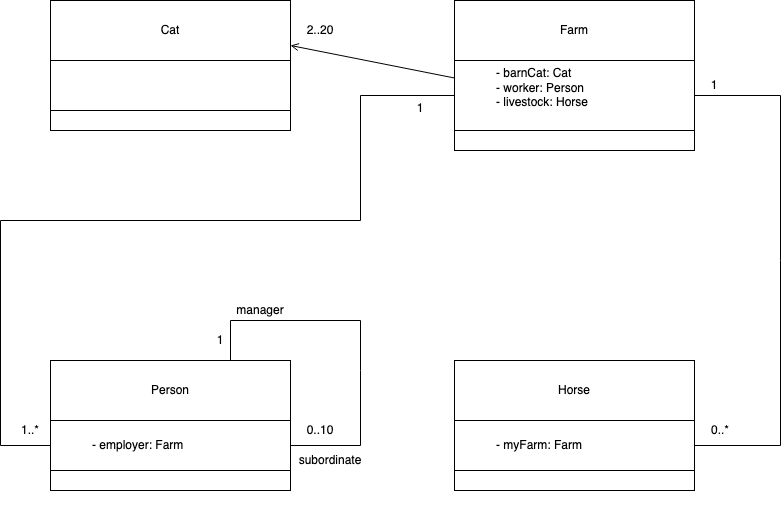
nuhashaikh/ENSF409 keeps this draw.io diagram as Lesson10_UML/01_Association/Farm.png. Above is the earlier version. Source tidied: cells renumbered, new cells last; positions are measured from the earlier drawing's top-left corner, leaving out a move shared by most shapes. Source of this version:
```xml
<mxGraphModel>
  <root>
    <mxCell id="0" />
    <mxCell id="1" parent="0" />
    <mxCell id="2" style="endArrow=none;html=1;exitX=0.75;exitY=0;exitDx=0;exitDy=0;rounded=0;entryX=0.5;entryY=0;entryDx=0;entryDy=0;" parent="1" edge="1" source="3">
      <mxGeometry relative="1" as="geometry">
        <mxPoint x="360" y="370" as="targetPoint" />
        <Array as="points">
          <mxPoint x="230" y="320" />
          <mxPoint x="360" y="320" />
        </Array>
      </mxGeometry>
    </mxCell>
    <mxCell id="3" value="Person" style="rounded=0;whiteSpace=wrap;html=1;" parent="1" vertex="1">
      <mxGeometry x="50" y="360" width="240" height="60" as="geometry" />
    </mxCell>
    <mxCell id="4" value="&lt;blockquote&gt;&lt;div&gt;&lt;br&gt;&lt;/div&gt;&lt;div&gt;&lt;br&gt;&lt;/div&gt;&lt;div&gt;&lt;br&gt;&lt;/div&gt;&lt;/blockquote&gt;" style="rounded=0;whiteSpace=wrap;html=1;align=left;" parent="1" vertex="1">
      <mxGeometry x="50" y="470" width="240" height="20" as="geometry" />
    </mxCell>
    <mxCell id="5" value="&lt;blockquote&gt;- employer: Farm&lt;br&gt;&lt;/blockquote&gt;" style="rounded=0;whiteSpace=wrap;html=1;align=left;" parent="1" vertex="1">
      <mxGeometry x="50" y="420" width="240" height="50" as="geometry" />
    </mxCell>
    <mxCell id="6" style="endArrow=none;html=1;exitX=1;exitY=0.5;exitDx=0;exitDy=0;rounded=0;" parent="1" edge="1" source="5">
      <mxGeometry relative="1" as="geometry">
        <mxPoint x="360" y="370" as="targetPoint" />
        <Array as="points">
          <mxPoint x="360" y="445" />
        </Array>
      </mxGeometry>
    </mxCell>
    <mxCell id="7" value="manager" style="text;html=1;strokeColor=none;fillColor=none;align=center;verticalAlign=middle;whiteSpace=wrap;rounded=0;" parent="1" vertex="1">
      <mxGeometry x="240" y="300" width="40" height="20" as="geometry" />
    </mxCell>
    <mxCell id="8" value="subordinate" style="text;html=1;strokeColor=none;fillColor=none;align=center;verticalAlign=middle;whiteSpace=wrap;rounded=0;" parent="1" vertex="1">
      <mxGeometry x="310" y="450" width="40" height="20" as="geometry" />
    </mxCell>
    <mxCell id="9" value="0..10" style="text;html=1;strokeColor=none;fillColor=none;align=center;verticalAlign=middle;whiteSpace=wrap;rounded=0;" parent="1" vertex="1">
      <mxGeometry x="300" y="420" width="40" height="20" as="geometry" />
    </mxCell>
    <mxCell id="10" value="1" style="text;html=1;strokeColor=none;fillColor=none;align=center;verticalAlign=middle;whiteSpace=wrap;rounded=0;" parent="1" vertex="1">
      <mxGeometry x="200" y="330" width="40" height="20" as="geometry" />
    </mxCell>
    <mxCell id="11" value="Cat" style="rounded=0;whiteSpace=wrap;html=1;" parent="1" vertex="1">
      <mxGeometry x="50" width="240" height="60" as="geometry" />
    </mxCell>
    <mxCell id="12" value="&lt;blockquote&gt;&lt;br&gt;&lt;/blockquote&gt;" style="rounded=0;whiteSpace=wrap;html=1;align=left;" parent="1" vertex="1">
      <mxGeometry x="50" y="60" width="240" height="50" as="geometry" />
    </mxCell>
    <mxCell id="13" value="&lt;blockquote&gt;&lt;div&gt;&lt;br&gt;&lt;/div&gt;&lt;div&gt;&lt;br&gt;&lt;/div&gt;&lt;div&gt;&lt;br&gt;&lt;/div&gt;&lt;/blockquote&gt;" style="rounded=0;whiteSpace=wrap;html=1;align=left;" parent="1" vertex="1">
      <mxGeometry x="50" y="110" width="240" height="20" as="geometry" />
    </mxCell>
    <mxCell id="14" value="Farm" style="rounded=0;whiteSpace=wrap;html=1;" parent="1" vertex="1">
      <mxGeometry x="454" width="240" height="60" as="geometry" />
    </mxCell>
    <mxCell id="15" value="&lt;blockquote&gt;- barnCat: Cat&lt;br&gt;- worker: Person&lt;br&gt;- livestock: Horse&lt;br&gt;&lt;br&gt;&lt;/blockquote&gt;" style="rounded=0;whiteSpace=wrap;html=1;align=left;" parent="1" vertex="1">
      <mxGeometry x="454" y="60" width="240" height="70" as="geometry" />
    </mxCell>
    <mxCell id="16" value="&lt;blockquote&gt;&lt;div&gt;&lt;br&gt;&lt;/div&gt;&lt;div&gt;&lt;br&gt;&lt;/div&gt;&lt;div&gt;&lt;br&gt;&lt;/div&gt;&lt;/blockquote&gt;" style="rounded=0;whiteSpace=wrap;html=1;align=left;" parent="1" vertex="1">
      <mxGeometry x="454" y="130" width="240" height="20" as="geometry" />
    </mxCell>
    <mxCell id="17" value="Horse" style="rounded=0;whiteSpace=wrap;html=1;" parent="1" vertex="1">
      <mxGeometry x="454" y="360" width="240" height="60" as="geometry" />
    </mxCell>
    <mxCell id="18" value="&lt;blockquote&gt;- myFarm: Farm&lt;br&gt;&lt;/blockquote&gt;" style="rounded=0;whiteSpace=wrap;html=1;align=left;" parent="1" vertex="1">
      <mxGeometry x="454" y="420" width="240" height="50" as="geometry" />
    </mxCell>
    <mxCell id="19" value="&lt;blockquote&gt;&lt;div&gt;&lt;br&gt;&lt;/div&gt;&lt;div&gt;&lt;br&gt;&lt;/div&gt;&lt;div&gt;&lt;br&gt;&lt;/div&gt;&lt;/blockquote&gt;" style="rounded=0;whiteSpace=wrap;html=1;align=left;" parent="1" vertex="1">
      <mxGeometry x="454" y="470" width="240" height="20" as="geometry" />
    </mxCell>
    <mxCell id="20" style="endArrow=open;html=1;exitX=0;exitY=0.25;exitDx=0;exitDy=0;entryX=1;entryY=0.75;entryDx=0;entryDy=0;endFill=0;" parent="1" edge="1" source="15" target="11">
      <mxGeometry relative="1" as="geometry" />
    </mxCell>
    <mxCell id="21" style="endArrow=none;html=1;entryX=1;entryY=0.5;entryDx=0;entryDy=0;rounded=0;exitX=1;exitY=0.5;exitDx=0;exitDy=0;" parent="1" edge="1" source="18" target="15">
      <mxGeometry relative="1" as="geometry">
        <Array as="points">
          <mxPoint x="780" y="445" />
          <mxPoint x="780" y="260" />
          <mxPoint x="780" y="95" />
        </Array>
      </mxGeometry>
    </mxCell>
    <mxCell id="22" style="endArrow=none;html=1;entryX=0;entryY=0.5;entryDx=0;entryDy=0;exitX=0;exitY=0.5;exitDx=0;exitDy=0;rounded=0;" parent="1" edge="1" source="5" target="15">
      <mxGeometry relative="1" as="geometry">
        <Array as="points">
          <mxPoint y="445" />
          <mxPoint y="220" />
          <mxPoint x="360" y="220" />
          <mxPoint x="360" y="95" />
        </Array>
      </mxGeometry>
    </mxCell>
    <mxCell id="23" value="2..20" style="text;html=1;strokeColor=none;fillColor=none;align=center;verticalAlign=middle;whiteSpace=wrap;rounded=0;" parent="1" vertex="1">
      <mxGeometry x="300" y="20" width="40" height="20" as="geometry" />
    </mxCell>
    <mxCell id="24" value="1" style="text;html=1;strokeColor=none;fillColor=none;align=center;verticalAlign=middle;whiteSpace=wrap;rounded=0;" parent="1" vertex="1">
      <mxGeometry x="694" y="75" width="40" height="20" as="geometry" />
    </mxCell>
    <mxCell id="25" value="0..*" style="text;html=1;strokeColor=none;fillColor=none;align=center;verticalAlign=middle;whiteSpace=wrap;rounded=0;" parent="1" vertex="1">
      <mxGeometry x="700" y="420" width="40" height="20" as="geometry" />
    </mxCell>
    <mxCell id="26" value="1..*" style="text;html=1;strokeColor=none;fillColor=none;align=center;verticalAlign=middle;whiteSpace=wrap;rounded=0;" parent="1" vertex="1">
      <mxGeometry x="10" y="420" width="40" height="20" as="geometry" />
    </mxCell>
    <mxCell id="27" value="1" style="text;html=1;strokeColor=none;fillColor=none;align=center;verticalAlign=middle;whiteSpace=wrap;rounded=0;" parent="1" vertex="1">
      <mxGeometry x="400" y="98" width="40" height="20" as="geometry" />
    </mxCell>
  </root>
</mxGraphModel>
```
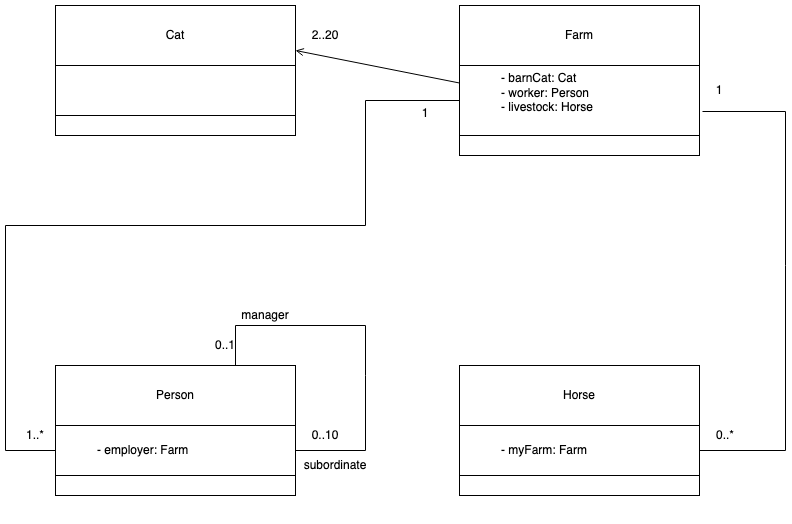
After the commit.

Commit message:
Replaced Farm diagram to be consistent with modification to assignment exercise 10.1; this was done to reduce confusion around the reflexive association.

Change to the diagram source:
```diff
@@ -37,7 +37,7 @@
     <mxCell id="9" value="0..10" style="text;html=1;strokeColor=none;fillColor=none;align=center;verticalAlign=middle;whiteSpace=wrap;rounded=0;" parent="1" vertex="1">
       <mxGeometry x="300" y="420" width="40" height="20" as="geometry" />
     </mxCell>
-    <mxCell id="10" value="1" style="text;html=1;strokeColor=none;fillColor=none;align=center;verticalAlign=middle;whiteSpace=wrap;rounded=0;" parent="1" vertex="1">
+    <mxCell id="10" value="0..1" style="text;html=1;strokeColor=none;fillColor=none;align=center;verticalAlign=middle;whiteSpace=wrap;rounded=0;" parent="1" vertex="1">
       <mxGeometry x="200" y="330" width="40" height="20" as="geometry" />
     </mxCell>
     <mxCell id="11" value="Cat" style="rounded=0;whiteSpace=wrap;html=1;" parent="1" vertex="1">
@@ -70,12 +70,13 @@
     <mxCell id="20" style="endArrow=open;html=1;exitX=0;exitY=0.25;exitDx=0;exitDy=0;entryX=1;entryY=0.75;entryDx=0;entryDy=0;endFill=0;" parent="1" edge="1" source="15" target="11">
       <mxGeometry relative="1" as="geometry" />
     </mxCell>
-    <mxCell id="21" style="endArrow=none;html=1;entryX=1;entryY=0.5;entryDx=0;entryDy=0;rounded=0;exitX=1;exitY=0.5;exitDx=0;exitDy=0;" parent="1" edge="1" source="18" target="15">
+    <mxCell id="21" style="endArrow=none;html=1;rounded=0;exitX=1;exitY=0.5;exitDx=0;exitDy=0;" parent="1" edge="1" source="18">
       <mxGeometry relative="1" as="geometry">
+        <mxPoint x="697" y="106" as="targetPoint" />
         <Array as="points">
           <mxPoint x="780" y="445" />
           <mxPoint x="780" y="260" />
-          <mxPoint x="780" y="95" />
+          <mxPoint x="780" y="106" />
         </Array>
       </mxGeometry>
     </mxCell>
```
